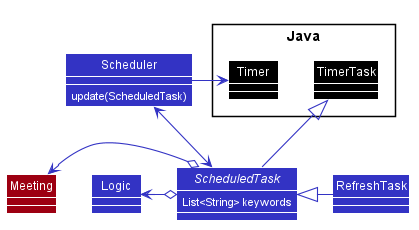
This is docs/images/SchedulerClassDiagram.png from zhaohuanqdcn/tp, a PlantUML export, as it was before one commit.
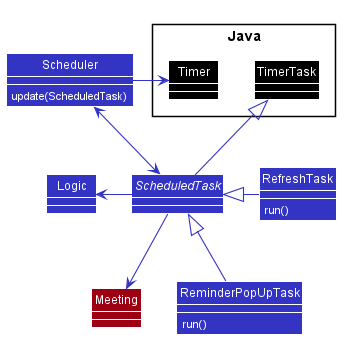
Later version of the same file.

Change to the diagram source:
```diff
@@ -60,10 +60,12 @@
     {method} update(ScheduledTask)
 }
 Abstract Class ScheduledTask {
-    {field} List<String> keywords
 }
 Class RefreshTask {
-
+    {method} run()
+}
+Class ReminderPopUpTask {
+    {method} run()
 }
 
 Class Meeting #9D0012
@@ -71,10 +73,12 @@
 Class Java.TimerTask #000000
 ScheduledTask -up-|> Java.TimerTask
 RefreshTask -left-|> ScheduledTask
+ReminderPopUpTask -up-|> ScheduledTask
 Scheduler <--> ScheduledTask
 Scheduler -right-> Java.Timer
-ScheduledTask o-left-> Logic
-ScheduledTask o-left-> Meeting
+ScheduledTask -left-> Logic
+ScheduledTask -down-> Meeting
 
 Java.Timer -[hidden]right-> Java.TimerTask
+ReminderPopUpTask -[hidden]left-> Meeting
 @enduml
```
